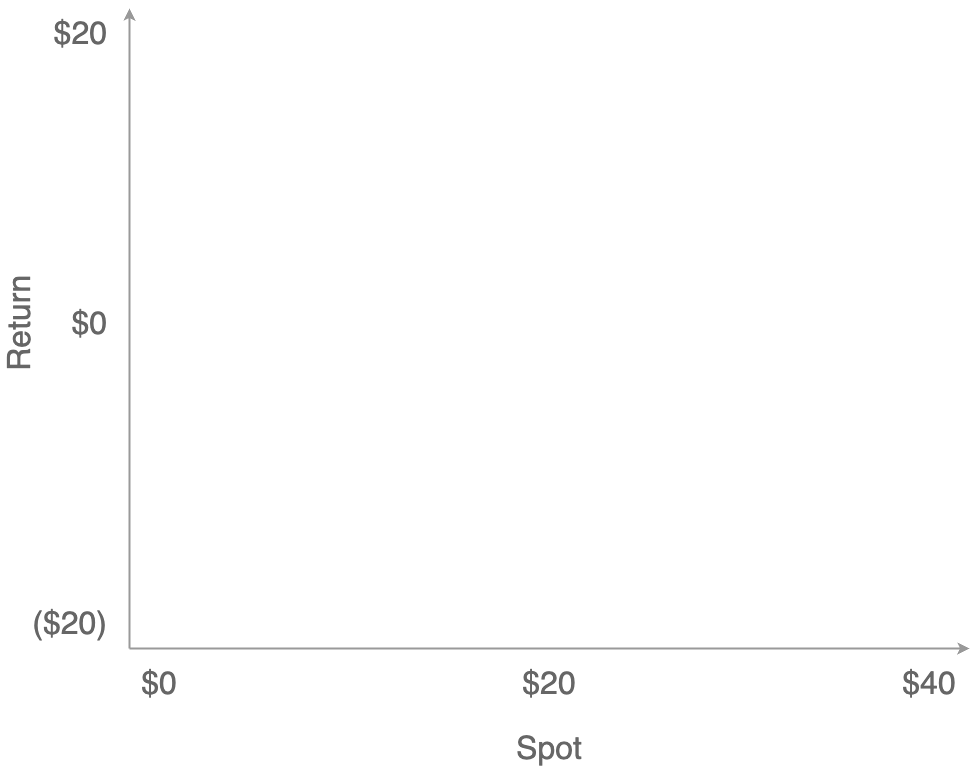
The draw.io diagram content/articles/Options Explained/out_money.png in innovation-options/innovation-options, before a commit. Source tidied: cells renumbered, new cells last; positions are measured from the earlier drawing's top-left corner, leaving out a move shared by most shapes. The source it was exported from:
```xml
<mxGraphModel>
  <root>
    <mxCell id="0" />
    <mxCell id="1" parent="0" />
    <mxCell id="2" style="endArrow=classic;html=1;rounded=0;strokeWidth=2;strokeColor=#999999;fontColor=#666666;" parent="1" edge="1">
      <mxGeometry relative="1" as="geometry">
        <mxPoint x="140" y="640" as="sourcePoint" />
        <mxPoint x="140" as="targetPoint" />
      </mxGeometry>
    </mxCell>
    <mxCell id="3" style="endArrow=classic;html=1;rounded=0;strokeWidth=2;strokeColor=#999999;fontColor=#666666;" parent="1" edge="1">
      <mxGeometry relative="1" as="geometry">
        <mxPoint x="140" y="640" as="sourcePoint" />
        <mxPoint x="980" y="640" as="targetPoint" />
      </mxGeometry>
    </mxCell>
    <mxCell id="4" value="&lt;font style=&quot;font-size: 32px;&quot;&gt;Return&lt;/font&gt;" style="text;strokeColor=none;align=center;fillColor=none;html=1;verticalAlign=middle;whiteSpace=wrap;rounded=0;rotation=-90;fontColor=#666666;" parent="1" vertex="1">
      <mxGeometry y="300" width="60" height="30" as="geometry" />
    </mxCell>
    <mxCell id="5" value="&lt;font style=&quot;font-size: 32px;&quot;&gt;($20)&lt;/font&gt;" style="text;strokeColor=none;align=right;fillColor=none;html=1;verticalAlign=middle;whiteSpace=wrap;rounded=0;rotation=0;fontColor=#666666;" parent="1" vertex="1">
      <mxGeometry x="60" y="600" width="60" height="30" as="geometry" />
    </mxCell>
    <mxCell id="6" value="&lt;font style=&quot;font-size: 32px;&quot;&gt;$0&lt;/font&gt;" style="text;strokeColor=none;align=right;fillColor=none;html=1;verticalAlign=middle;whiteSpace=wrap;rounded=0;rotation=0;fontColor=#666666;" parent="1" vertex="1">
      <mxGeometry x="60" y="300" width="60" height="30" as="geometry" />
    </mxCell>
    <mxCell id="7" value="&lt;font style=&quot;font-size: 32px;&quot;&gt;$20&lt;/font&gt;" style="text;strokeColor=none;align=right;fillColor=none;html=1;verticalAlign=middle;whiteSpace=wrap;rounded=0;rotation=0;fontColor=#666666;" parent="1" vertex="1">
      <mxGeometry x="60" y="10" width="60" height="30" as="geometry" />
    </mxCell>
    <mxCell id="8" value="&lt;font style=&quot;font-size: 32px;&quot;&gt;$0&lt;/font&gt;" style="text;strokeColor=none;align=center;fillColor=none;html=1;verticalAlign=middle;whiteSpace=wrap;rounded=0;rotation=0;fontColor=#666666;" parent="1" vertex="1">
      <mxGeometry x="140" y="660" width="60" height="30" as="geometry" />
    </mxCell>
    <mxCell id="9" value="&lt;font style=&quot;font-size: 32px;&quot;&gt;$40&lt;/font&gt;" style="text;strokeColor=none;align=center;fillColor=none;html=1;verticalAlign=middle;whiteSpace=wrap;rounded=0;rotation=0;fontColor=#666666;" parent="1" vertex="1">
      <mxGeometry x="910" y="660" width="60" height="30" as="geometry" />
    </mxCell>
    <mxCell id="10" value="&lt;span style=&quot;font-size: 32px;&quot;&gt;$20&lt;/span&gt;" style="text;strokeColor=none;align=center;fillColor=none;html=1;verticalAlign=middle;whiteSpace=wrap;rounded=0;rotation=0;fontColor=#666666;" parent="1" vertex="1">
      <mxGeometry x="530" y="660" width="60" height="30" as="geometry" />
    </mxCell>
    <mxCell id="11" value="&lt;font style=&quot;font-size: 32px;&quot;&gt;Spot&lt;/font&gt;" style="text;strokeColor=none;align=center;fillColor=none;html=1;verticalAlign=middle;whiteSpace=wrap;rounded=0;rotation=0;fontColor=#666666;" parent="1" vertex="1">
      <mxGeometry x="530" y="725" width="60" height="30" as="geometry" />
    </mxCell>
  </root>
</mxGraphModel>
```
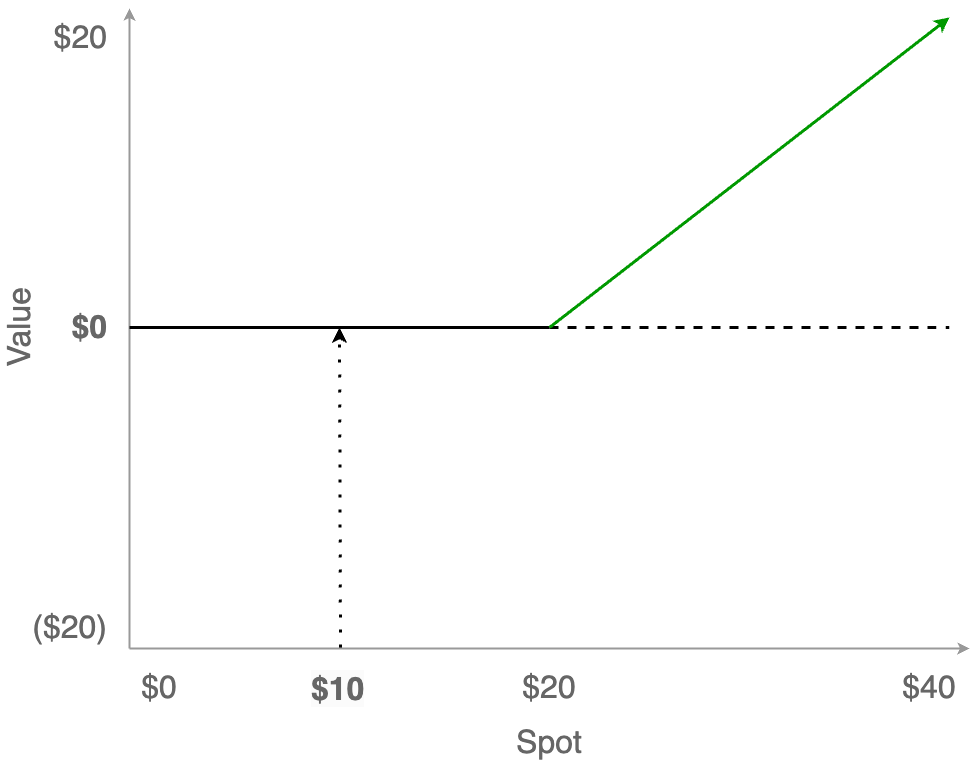
The same file after the commit.

Change to the diagram source:
```diff
@@ -4,23 +4,23 @@
     <mxCell id="1" parent="0" />
     <mxCell id="2" style="endArrow=classic;html=1;rounded=0;strokeWidth=2;strokeColor=#999999;fontColor=#666666;" parent="1" edge="1">
       <mxGeometry relative="1" as="geometry">
-        <mxPoint x="140" y="640" as="sourcePoint" />
-        <mxPoint x="140" as="targetPoint" />
+        <mxPoint x="140" y="636" as="sourcePoint" />
+        <mxPoint x="140" y="-4" as="targetPoint" />
       </mxGeometry>
     </mxCell>
     <mxCell id="3" style="endArrow=classic;html=1;rounded=0;strokeWidth=2;strokeColor=#999999;fontColor=#666666;" parent="1" edge="1">
       <mxGeometry relative="1" as="geometry">
-        <mxPoint x="140" y="640" as="sourcePoint" />
-        <mxPoint x="980" y="640" as="targetPoint" />
+        <mxPoint x="140" y="636" as="sourcePoint" />
+        <mxPoint x="980" y="636" as="targetPoint" />
       </mxGeometry>
     </mxCell>
-    <mxCell id="4" value="&lt;font style=&quot;font-size: 32px;&quot;&gt;Return&lt;/font&gt;" style="text;strokeColor=none;align=center;fillColor=none;html=1;verticalAlign=middle;whiteSpace=wrap;rounded=0;rotation=-90;fontColor=#666666;" parent="1" vertex="1">
-      <mxGeometry y="300" width="60" height="30" as="geometry" />
+    <mxCell id="4" value="&lt;font style=&quot;font-size: 32px;&quot;&gt;Value&lt;/font&gt;" style="text;strokeColor=none;align=center;fillColor=none;html=1;verticalAlign=middle;whiteSpace=wrap;rounded=0;rotation=-90;fontColor=#666666;" parent="1" vertex="1">
+      <mxGeometry x="-80" y="300" width="220" height="30" as="geometry" />
     </mxCell>
     <mxCell id="5" value="&lt;font style=&quot;font-size: 32px;&quot;&gt;($20)&lt;/font&gt;" style="text;strokeColor=none;align=right;fillColor=none;html=1;verticalAlign=middle;whiteSpace=wrap;rounded=0;rotation=0;fontColor=#666666;" parent="1" vertex="1">
       <mxGeometry x="60" y="600" width="60" height="30" as="geometry" />
     </mxCell>
-    <mxCell id="6" value="&lt;font style=&quot;font-size: 32px;&quot;&gt;$0&lt;/font&gt;" style="text;strokeColor=none;align=right;fillColor=none;html=1;verticalAlign=middle;whiteSpace=wrap;rounded=0;rotation=0;fontColor=#666666;" parent="1" vertex="1">
+    <mxCell id="6" value="&lt;font style=&quot;font-size: 32px;&quot;&gt;$0&lt;/font&gt;" style="text;strokeColor=none;align=right;fillColor=none;html=1;verticalAlign=middle;whiteSpace=wrap;rounded=0;rotation=0;fontColor=#666666;fontStyle=1;" parent="1" vertex="1">
       <mxGeometry x="60" y="300" width="60" height="30" as="geometry" />
     </mxCell>
     <mxCell id="7" value="&lt;font style=&quot;font-size: 32px;&quot;&gt;$20&lt;/font&gt;" style="text;strokeColor=none;align=right;fillColor=none;html=1;verticalAlign=middle;whiteSpace=wrap;rounded=0;rotation=0;fontColor=#666666;" parent="1" vertex="1">
@@ -36,7 +36,34 @@
       <mxGeometry x="530" y="660" width="60" height="30" as="geometry" />
     </mxCell>
     <mxCell id="11" value="&lt;font style=&quot;font-size: 32px;&quot;&gt;Spot&lt;/font&gt;" style="text;strokeColor=none;align=center;fillColor=none;html=1;verticalAlign=middle;whiteSpace=wrap;rounded=0;rotation=0;fontColor=#666666;" parent="1" vertex="1">
-      <mxGeometry x="530" y="725" width="60" height="30" as="geometry" />
+      <mxGeometry x="480" y="715" width="160" height="30" as="geometry" />
     </mxCell>
+    <mxCell id="12" style="endArrow=none;html=1;rounded=0;dashed=1;endFill=0;strokeWidth=3;" parent="1" edge="1">
+      <mxGeometry relative="1" as="geometry">
+        <mxPoint x="560" y="315" as="sourcePoint" />
+        <mxPoint x="960" y="315" as="targetPoint" />
+      </mxGeometry>
+    </mxCell>
+    <mxCell id="13" style="endArrow=none;html=1;rounded=0;endFill=0;strokeWidth=3;strokeColor=#000000;" parent="1" edge="1">
+      <mxGeometry relative="1" as="geometry">
+        <mxPoint x="140" y="315" as="sourcePoint" />
+        <mxPoint x="560" y="315" as="targetPoint" />
+      </mxGeometry>
+    </mxCell>
+    <mxCell id="14" style="endArrow=classic;html=1;rounded=0;endFill=1;strokeWidth=3;strokeColor=#009900;" parent="1" edge="1">
+      <mxGeometry relative="1" as="geometry">
+        <mxPoint x="560" y="315" as="sourcePoint" />
+        <mxPoint x="960" y="5" as="targetPoint" />
+      </mxGeometry>
+    </mxCell>
+    <mxCell id="15" style="endArrow=classic;html=1;rounded=0;dashed=1;dashPattern=1 4;endFill=1;strokeWidth=3;" parent="1" edge="1">
+      <mxGeometry relative="1" as="geometry">
+        <mxPoint x="351" y="635" as="sourcePoint" />
+        <mxPoint x="350" y="315" as="targetPoint" />
+      </mxGeometry>
+    </mxCell>
+    <mxCell id="16" value="&lt;b style=&quot;forced-color-adjust: none; color: rgb(102, 102, 102); font-family: Helvetica; font-size: 32px; font-style: normal; font-variant-ligatures: normal; font-variant-caps: normal; letter-spacing: normal; orphans: 2; text-align: center; text-indent: 0px; text-transform: none; widows: 2; word-spacing: 0px; -webkit-text-stroke-width: 0px; white-space: normal; background-color: rgb(251, 251, 251); text-decoration-thickness: initial; text-decoration-style: initial; text-decoration-color: initial;&quot;&gt;$10&lt;/b&gt;" style="text;whiteSpace=wrap;html=1;" parent="1" vertex="1">
+      <mxGeometry x="320" y="651" width="90" height="60" as="geometry" />
+    </mxCell>
   </root>
 </mxGraphModel>
```
